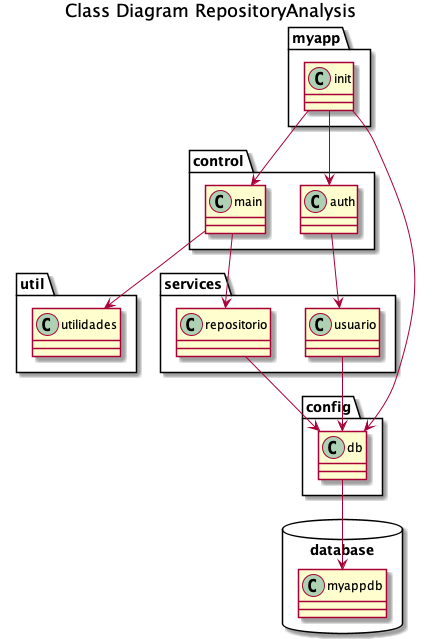
This is out/docs/architecture_overview/Class Diagram RepositoryAnalysis.png from myplayareas/ppc, a PlantUML export, as it was before one commit.
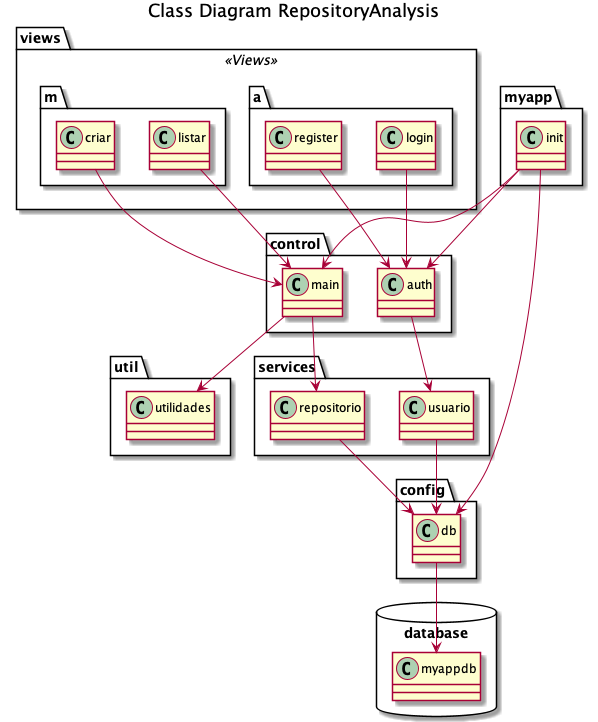
Later version of the same file.

Commit message:
Foi atualizado o diagrama de classes da aplicação.

What changed in the source:
```diff
@@ -28,6 +28,18 @@
   class myappdb
 }
 
+package views <<Views>> {
+  package m <<Folder>> {
+    class listar
+    class criar
+  }
+
+  package a <<Folder>> {
+    class login
+    class register
+  }
+
+}
 
 init --> db
 init --> main
@@ -38,5 +50,9 @@
 main --> utilidades
 auth --> usuario
 usuario --> db
+listar --> main
+criar --> main
+login --> auth
+register --> auth
 
 @enduml
```
